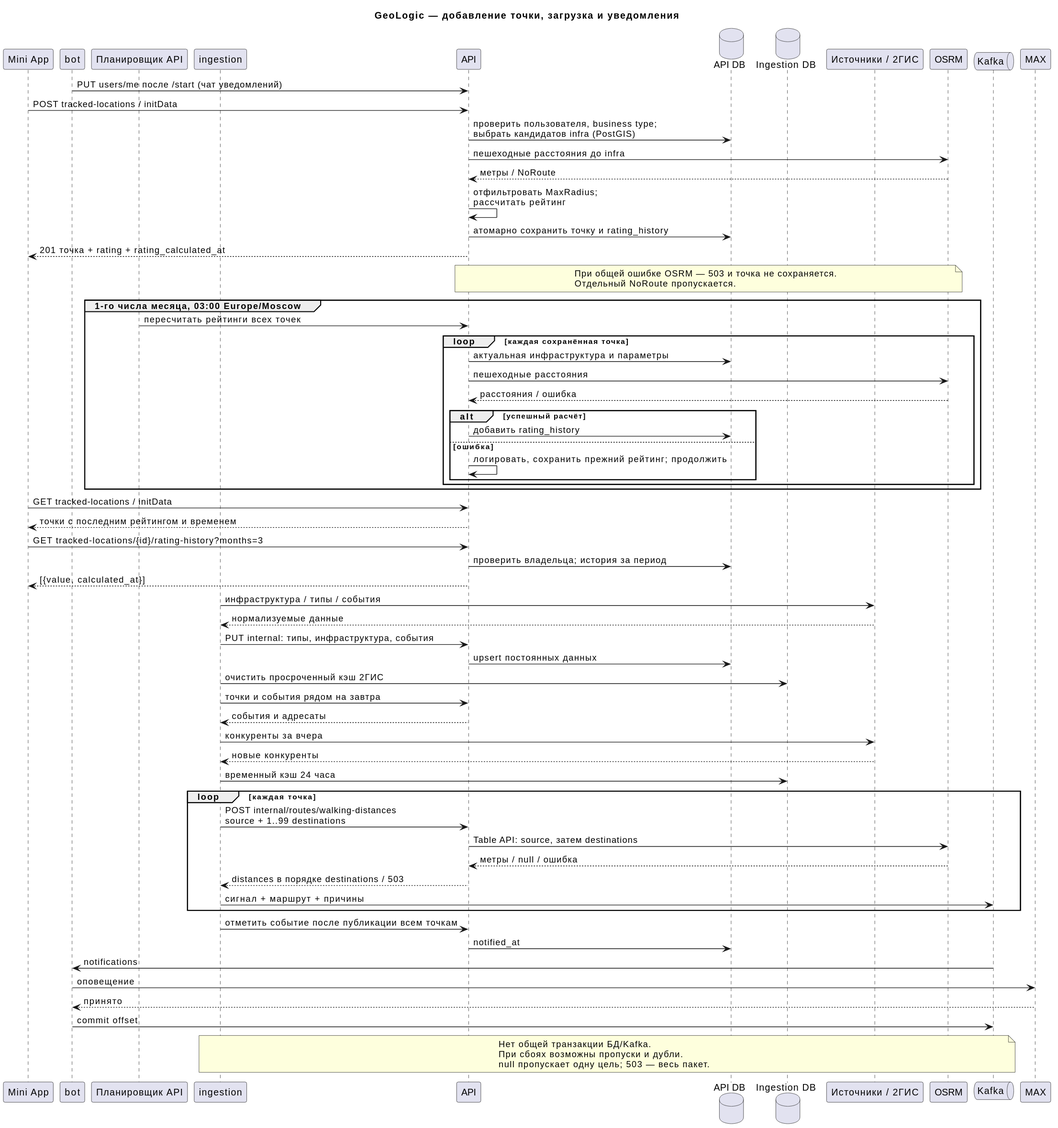
Before: docs/diagrams/rendered/monitoring-sequence.svg, a diagram exported from PlantUML (kotafan1rich/GeoLogic-Monitor).
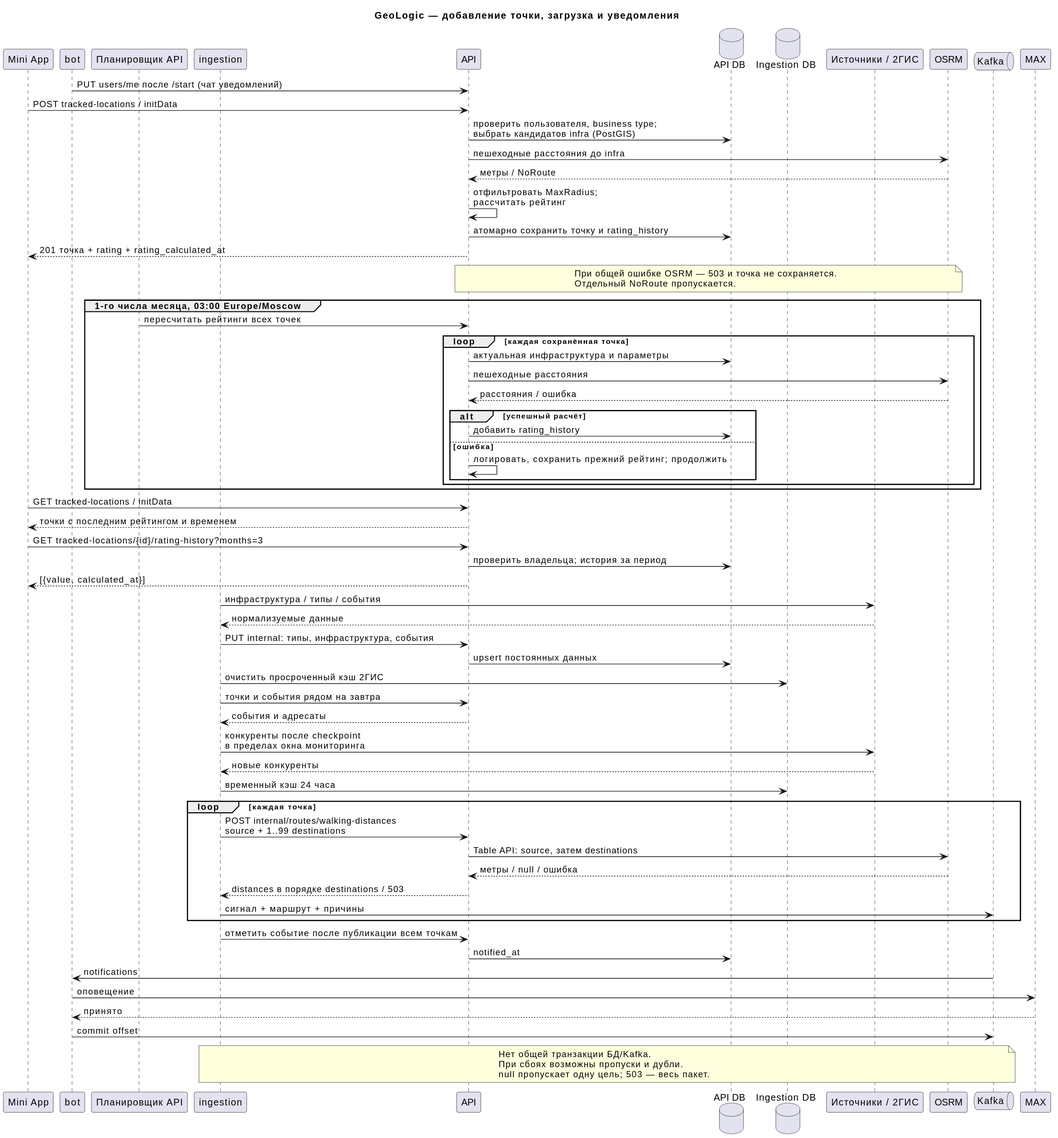
The same file after the commit.

Change to the diagram source:
```diff
@@ -48,7 +48,7 @@
 W -> IDB : очистить просроченный кэш 2ГИС
 W -> A : точки и события рядом на завтра
 A --> W : события и адресаты
-W -> P : конкуренты за вчера
+W -> P : конкуренты после checkpoint\nв пределах окна мониторинга
 P --> W : новые конкуренты
 W -> IDB : временный кэш 24 часа
 loop каждая точка
```
